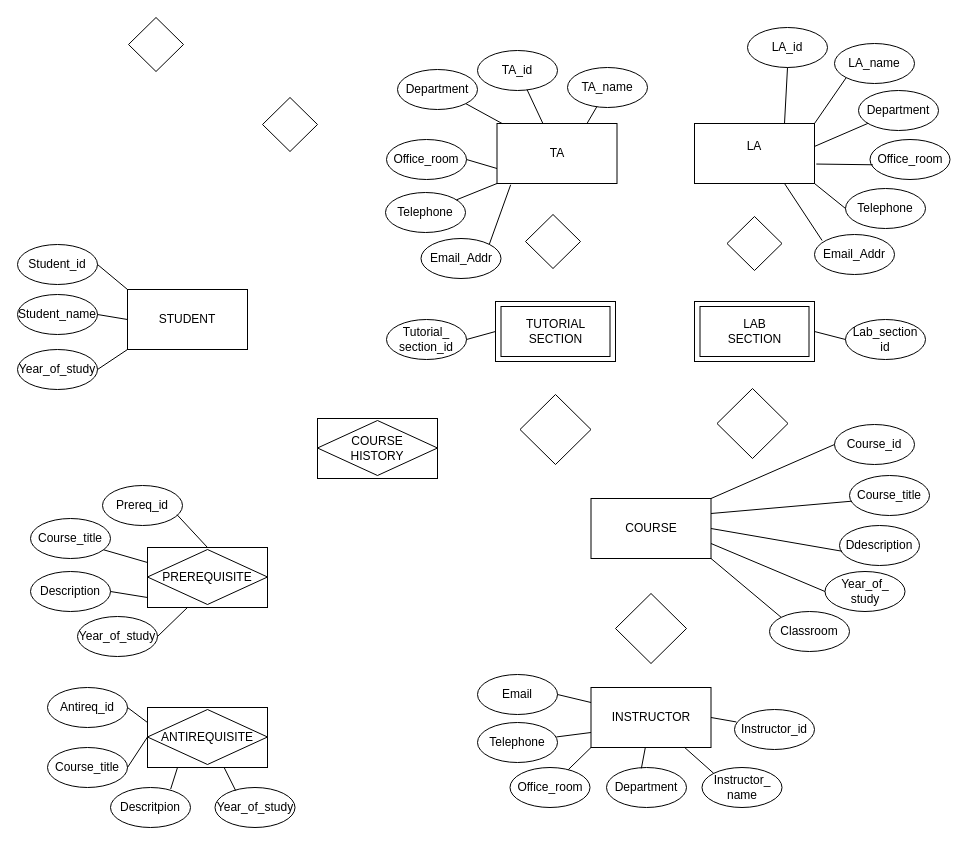
JohnMugambi/Files keeps this draw.io diagram as Untitled Diagram.drawio. Above is the earlier version. Source tidied: cells renumbered, new cells numbered last; positions are measured from the earlier drawing's top-left corner, leaving out a move shared by most shapes. Both pictures are drawn from the tidied source at 100%, with x=0, y=0 at pixel (17, 17).
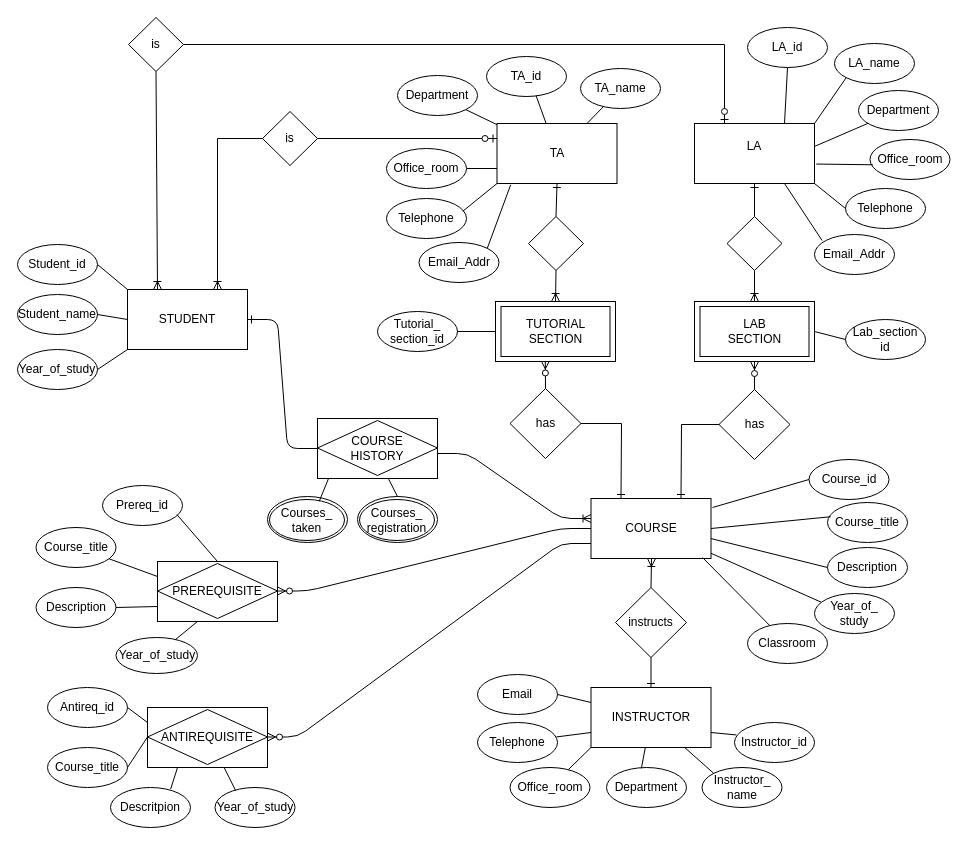
Above is the later version.

Unchanged cells that the change refers to:
```xml
<mxCell id="2" value="COURSE" style="rounded=0;whiteSpace=wrap;html=1;" parent="1" vertex="1">
  <mxGeometry x="573.5" y="481" width="120" height="60" as="geometry" />
</mxCell>
<mxCell id="3" value="&lt;div&gt;LA&lt;/div&gt;&lt;div&gt;&lt;br&gt;&lt;/div&gt;" style="rounded=0;whiteSpace=wrap;html=1;" parent="1" vertex="1">
  <mxGeometry x="677" y="106" width="120" height="60" as="geometry" />
</mxCell>
<mxCell id="11" value="TA" style="rounded=0;whiteSpace=wrap;html=1;" parent="1" vertex="1">
  <mxGeometry x="479.5" y="106" width="120" height="60" as="geometry" />
</mxCell>
<mxCell id="13" style="rhombus;whiteSpace=wrap;html=1;" parent="1" vertex="1">
  <mxGeometry x="709.5" y="199" width="55" height="54" as="geometry" />
</mxCell>
<mxCell id="14" value="&lt;div&gt;&lt;br&gt;&lt;/div&gt;&lt;div&gt;&lt;br&gt;&lt;/div&gt;" style="rounded=0;whiteSpace=wrap;html=1;" parent="1" vertex="1">
  <mxGeometry x="478" y="284" width="120" height="60" as="geometry" />
</mxCell>
<mxCell id="16" value="&lt;div&gt;&lt;br&gt;&lt;/div&gt;&lt;div&gt;&lt;br&gt;&lt;/div&gt;" style="rounded=0;whiteSpace=wrap;html=1;" parent="1" vertex="1">
  <mxGeometry x="677" y="284" width="120" height="60" as="geometry" />
</mxCell>
<mxCell id="18" value="INSTRUCTOR" style="rounded=0;whiteSpace=wrap;html=1;" parent="1" vertex="1">
  <mxGeometry x="573.5" y="670" width="120" height="60" as="geometry" />
</mxCell>
<mxCell id="22" value="STUDENT" style="rounded=0;whiteSpace=wrap;html=1;" parent="1" vertex="1">
  <mxGeometry x="110" y="272" width="120" height="60" as="geometry" />
</mxCell>
<mxCell id="24" style="rounded=0;whiteSpace=wrap;html=1;" parent="23" vertex="1">
  <mxGeometry width="120" height="60" as="geometry" />
</mxCell>
<mxCell id="25" value="PREREQUISITE" style="rhombus;whiteSpace=wrap;html=1;" parent="23" vertex="1">
  <mxGeometry y="2" width="120" height="55" as="geometry" />
</mxCell>
<mxCell id="27" style="rounded=0;whiteSpace=wrap;html=1;" parent="26" vertex="1">
  <mxGeometry width="120" height="60" as="geometry" />
</mxCell>
<mxCell id="31" value="ANTIREQUISITE" style="rhombus;whiteSpace=wrap;html=1;" parent="29" vertex="1">
  <mxGeometry y="2" width="120" height="55" as="geometry" />
</mxCell>
```

The edit, as a diff of the source:
```diff
@@
-    <mxCell id="4" style="rhombus;whiteSpace=wrap;html=1;" parent="1" vertex="1">
-      <mxGeometry x="502.5" y="377" width="71" height="70" as="geometry" />
+    <mxCell id="4" value="has" style="rhombus;whiteSpace=wrap;html=1;" parent="1" vertex="1">
+      <mxGeometry x="492.5" y="371" width="71" height="70" as="geometry" />
     </mxCell>
-    <mxCell id="5" style="rhombus;whiteSpace=wrap;html=1;" parent="1" vertex="1">
-      <mxGeometry x="699.5" y="371" width="71" height="70" as="geometry" />
+    <mxCell id="5" value="has" style="rhombus;whiteSpace=wrap;html=1;" parent="1" vertex="1">
+      <mxGeometry x="701.5" y="372" width="71" height="70" as="geometry" />
     </mxCell>
     <mxCell id="6" value="Course_id" style="ellipse;whiteSpace=wrap;html=1;" parent="1" vertex="1">
-      <mxGeometry x="817" y="407" width="80" height="40" as="geometry" />
+      <mxGeometry x="791.5" y="442" width="80" height="40" as="geometry" />
     </mxCell>
     <mxCell id="7" value="Course_title" style="ellipse;whiteSpace=wrap;html=1;" parent="1" vertex="1">
-      <mxGeometry x="832" y="458" width="80" height="40" as="geometry" />
+      <mxGeometry x="810" y="485" width="80" height="40" as="geometry" />
     </mxCell>
-    <mxCell id="8" value="Ddescription" style="ellipse;whiteSpace=wrap;html=1;" parent="1" vertex="1">
-      <mxGeometry x="822" y="508" width="80" height="40" as="geometry" />
+    <mxCell id="8" value="Description" style="ellipse;whiteSpace=wrap;html=1;" parent="1" vertex="1">
+      <mxGeometry x="810" y="530" width="80" height="40" as="geometry" />
     </mxCell>
     <mxCell id="9" value="Year_of_&lt;div&gt;study&lt;br&gt;&lt;/div&gt;" style="ellipse;whiteSpace=wrap;html=1;" parent="1" vertex="1">
-      <mxGeometry x="807.5" y="554" width="80" height="40" as="geometry" />
+      <mxGeometry x="797" y="576" width="80" height="40" as="geometry" />
     </mxCell>
     <mxCell id="10" value="Classroom" style="ellipse;whiteSpace=wrap;html=1;" parent="1" vertex="1">
-      <mxGeometry x="752" y="594" width="80" height="40" as="geometry" />
+      <mxGeometry x="730" y="606" width="80" height="40" as="geometry" />
     </mxCell>
@@
     <mxCell id="12" style="rhombus;whiteSpace=wrap;html=1;" parent="1" vertex="1">
-      <mxGeometry x="508" y="197" width="55" height="54" as="geometry" />
+      <mxGeometry x="511" y="199" width="55" height="54" as="geometry" />
     </mxCell>
@@
-    <mxCell id="19" style="rhombus;whiteSpace=wrap;html=1;" parent="1" vertex="1">
-      <mxGeometry x="598" y="576" width="71" height="70" as="geometry" />
+    <mxCell id="19" value="instructs" style="rhombus;whiteSpace=wrap;html=1;" parent="1" vertex="1">
+      <mxGeometry x="598" y="570" width="71" height="70" as="geometry" />
     </mxCell>
-    <mxCell id="20" style="rhombus;whiteSpace=wrap;html=1;" parent="1" vertex="1">
-      <mxGeometry x="245" y="80" width="55" height="54" as="geometry" />
+    <mxCell id="20" value="is" style="rhombus;whiteSpace=wrap;html=1;" parent="1" vertex="1">
+      <mxGeometry x="245" y="94" width="55" height="54" as="geometry" />
     </mxCell>
-    <mxCell id="21" style="rhombus;whiteSpace=wrap;html=1;" parent="1" vertex="1">
+    <mxCell id="21" value="is" style="rhombus;whiteSpace=wrap;html=1;" parent="1" vertex="1">
       <mxGeometry x="111" width="55" height="54" as="geometry" />
     </mxCell>
@@
     <mxCell id="23" style="group;" parent="1" vertex="1">
-      <mxGeometry x="130" y="530" width="120" height="60" as="geometry" />
+      <mxGeometry x="140" y="544" width="120" height="60" as="geometry" />
     </mxCell>
@@
     <mxCell id="40" value="Instructor_id" style="ellipse;whiteSpace=wrap;html=1;" parent="1" vertex="1">
-      <mxGeometry x="717" y="692" width="80" height="40" as="geometry" />
+      <mxGeometry x="717" y="705" width="80" height="40" as="geometry" />
     </mxCell>
@@
     <mxCell id="48" value="Tutorial_&lt;div&gt;section_id&lt;br&gt;&lt;/div&gt;" style="ellipse;whiteSpace=wrap;html=1;" parent="1" vertex="1">
-      <mxGeometry x="369" y="302" width="80" height="40" as="geometry" />
+      <mxGeometry x="360" y="294" width="80" height="40" as="geometry" />
     </mxCell>
@@
     <mxCell id="50" value="Course_title" style="ellipse;whiteSpace=wrap;html=1;" parent="1" vertex="1">
-      <mxGeometry x="13" y="501" width="80" height="40" as="geometry" />
+      <mxGeometry x="18.5" y="510" width="80" height="40" as="geometry" />
     </mxCell>
     <mxCell id="51" value="Description" style="ellipse;whiteSpace=wrap;html=1;" parent="1" vertex="1">
-      <mxGeometry x="13" y="554" width="80" height="40" as="geometry" />
+      <mxGeometry x="18.5" y="570" width="80" height="40" as="geometry" />
     </mxCell>
@@
     <mxCell id="55" value="Year_of_study" style="ellipse;whiteSpace=wrap;html=1;" parent="1" vertex="1">
-      <mxGeometry x="60" y="599" width="80" height="40" as="geometry" />
+      <mxGeometry x="98.5" y="620" width="81.5" height="36" as="geometry" />
     </mxCell>
@@
     <mxCell id="57" value="Department" style="ellipse;whiteSpace=wrap;html=1;" parent="1" vertex="1">
-      <mxGeometry x="380" y="52" width="80" height="40" as="geometry" />
+      <mxGeometry x="380" y="58" width="80" height="40" as="geometry" />
     </mxCell>
     <mxCell id="58" value="Office_room" style="ellipse;whiteSpace=wrap;html=1;" parent="1" vertex="1">
-      <mxGeometry x="369" y="122" width="80" height="40" as="geometry" />
+      <mxGeometry x="369" y="131" width="80" height="40" as="geometry" />
     </mxCell>
     <mxCell id="59" value="Telephone" style="ellipse;whiteSpace=wrap;html=1;" parent="1" vertex="1">
-      <mxGeometry x="368" y="175" width="80" height="40" as="geometry" />
+      <mxGeometry x="369" y="181" width="80" height="40" as="geometry" />
     </mxCell>
     <mxCell id="60" value="Email_Addr" style="ellipse;whiteSpace=wrap;html=1;" parent="1" vertex="1">
-      <mxGeometry x="403.5" y="221" width="80" height="40" as="geometry" />
+      <mxGeometry x="401.5" y="225" width="80" height="40" as="geometry" />
     </mxCell>
     <mxCell id="61" value="TA_name" style="ellipse;whiteSpace=wrap;html=1;" parent="1" vertex="1">
-      <mxGeometry x="550" y="50" width="80" height="40" as="geometry" />
+      <mxGeometry x="563" y="51" width="80" height="40" as="geometry" />
     </mxCell>
     <mxCell id="62" value="TA_id" style="ellipse;whiteSpace=wrap;html=1;" parent="1" vertex="1">
-      <mxGeometry x="460" y="33" width="80" height="40" as="geometry" />
+      <mxGeometry x="469" y="39" width="80" height="40" as="geometry" />
     </mxCell>
@@
-    <mxCell id="68" style="endArrow=none;html=1;exitX=1;exitY=0.5;exitDx=0;exitDy=0;" parent="1" edge="1" source="51">
-      <mxGeometry relative="1" as="geometry">
-        <mxPoint x="130" y="580" as="targetPoint" />
-      </mxGeometry>
+    <mxCell id="68" style="endArrow=none;html=1;exitX=1;exitY=0.5;exitDx=0;exitDy=0;entryX=0;entryY=0.75;entryDx=0;entryDy=0;" parent="1" edge="1" source="51" target="24">
+      <mxGeometry relative="1" as="geometry" />
     </mxCell>
-    <mxCell id="69" style="endArrow=none;html=1;exitX=1;exitY=0.5;exitDx=0;exitDy=0;entryX=0.333;entryY=1;entryDx=0;entryDy=0;entryPerimeter=0;" parent="1" edge="1" source="55" target="24">
+    <mxCell id="69" style="endArrow=none;html=1;entryX=0.333;entryY=1;entryDx=0;entryDy=0;entryPerimeter=0;" parent="1" edge="1" source="55" target="24">
       <mxGeometry relative="1" as="geometry" />
     </mxCell>
@@
-    <mxCell id="79" style="endArrow=none;html=1;exitX=1;exitY=0.5;exitDx=0;exitDy=0;entryX=0.023;entryY=0.311;entryDx=0;entryDy=0;entryPerimeter=0;" parent="1" edge="1" source="18" target="40">
+    <mxCell id="79" style="endArrow=none;html=1;exitX=1;exitY=0.75;exitDx=0;exitDy=0;entryX=0.023;entryY=0.311;entryDx=0;entryDy=0;entryPerimeter=0;" parent="1" edge="1" source="18" target="40">
       <mxGeometry relative="1" as="geometry" />
     </mxCell>
-    <mxCell id="80" style="endArrow=none;html=1;entryX=0;entryY=0;entryDx=0;entryDy=0;exitX=1;exitY=1;exitDx=0;exitDy=0;" parent="1" edge="1" source="2" target="10">
-      <mxGeometry relative="1" as="geometry" />
+    <mxCell id="80" style="endArrow=none;html=1;" parent="1" edge="1" target="10">
+      <mxGeometry relative="1" as="geometry">
+        <mxPoint x="685" y="540" as="sourcePoint" />
+      </mxGeometry>
     </mxCell>
-    <mxCell id="81" style="endArrow=none;html=1;entryX=0;entryY=0.5;entryDx=0;entryDy=0;exitX=1;exitY=0.75;exitDx=0;exitDy=0;" parent="1" edge="1" source="2" target="9">
+    <mxCell id="81" style="endArrow=none;html=1;entryX=0.082;entryY=0.215;entryDx=0;entryDy=0;exitX=1;exitY=0.913;exitDx=0;exitDy=0;exitPerimeter=0;entryPerimeter=0;" parent="1" edge="1" source="2" target="9">
       <mxGeometry relative="1" as="geometry" />
     </mxCell>
-    <mxCell id="82" style="endArrow=none;html=1;entryX=0.032;entryY=0.643;entryDx=0;entryDy=0;entryPerimeter=0;exitX=1;exitY=0.5;exitDx=0;exitDy=0;" parent="1" edge="1" source="2" target="8">
+    <mxCell id="82" style="endArrow=none;html=1;exitX=1;exitY=0.668;exitDx=0;exitDy=0;exitPerimeter=0;entryX=0;entryY=0.5;entryDx=0;entryDy=0;" parent="1" edge="1" source="2" target="8">
       <mxGeometry relative="1" as="geometry" />
     </mxCell>
-    <mxCell id="83" style="endArrow=none;html=1;entryX=0.023;entryY=0.643;entryDx=0;entryDy=0;entryPerimeter=0;exitX=1;exitY=0.25;exitDx=0;exitDy=0;" parent="1" edge="1" source="2" target="7">
+    <mxCell id="83" style="endArrow=none;html=1;entryX=0.04;entryY=0.356;entryDx=0;entryDy=0;entryPerimeter=0;exitX=1;exitY=0.5;exitDx=0;exitDy=0;" parent="1" edge="1" source="2" target="7">
       <mxGeometry relative="1" as="geometry" />
     </mxCell>
-    <mxCell id="84" style="endArrow=none;html=1;entryX=0;entryY=0.5;entryDx=0;entryDy=0;exitX=1;exitY=0;exitDx=0;exitDy=0;" parent="1" edge="1" source="2" target="6">
-      <mxGeometry relative="1" as="geometry" />
+    <mxCell id="84" style="endArrow=none;html=1;entryX=0;entryY=0.5;entryDx=0;entryDy=0;" parent="1" edge="1" target="6">
+      <mxGeometry relative="1" as="geometry">
+        <mxPoint x="695" y="490" as="sourcePoint" />
+      </mxGeometry>
     </mxCell>
@@
-    <mxCell id="96" style="endArrow=none;html=1;entryX=0;entryY=1;entryDx=0;entryDy=0;" parent="1" edge="1" source="59" target="11">
+    <mxCell id="96" style="endArrow=none;html=1;entryX=0;entryY=1;entryDx=0;entryDy=0;exitX=0.954;exitY=0.318;exitDx=0;exitDy=0;exitPerimeter=0;" parent="1" edge="1" source="59" target="11">
       <mxGeometry relative="1" as="geometry" />
     </mxCell>
@@
+    <mxCell id="99" style="group;" parent="1" vertex="1">
+      <mxGeometry x="340" y="479" width="80" height="46" as="geometry" />
+    </mxCell>
+    <mxCell id="100" style="ellipse;whiteSpace=wrap;html=1;" parent="99" vertex="1">
+      <mxGeometry width="80" height="46" as="geometry" />
+    </mxCell>
+    <mxCell id="101" value="&lt;div&gt;Courses_&lt;/div&gt;&lt;div&gt;registration&lt;br&gt;&lt;/div&gt;" style="ellipse;whiteSpace=wrap;html=1;" parent="99" vertex="1">
+      <mxGeometry x="2" y="3" width="75" height="41" as="geometry" />
+    </mxCell>
+    <mxCell id="102" style="group;" parent="1" vertex="1">
+      <mxGeometry x="250" y="479" width="80" height="46" as="geometry" />
+    </mxCell>
+    <mxCell id="103" style="ellipse;whiteSpace=wrap;html=1;" parent="102" vertex="1">
+      <mxGeometry width="80" height="46" as="geometry" />
+    </mxCell>
+    <mxCell id="104" value="&lt;div&gt;Courses_&lt;/div&gt;&lt;div&gt;taken&lt;br&gt;&lt;/div&gt;" style="ellipse;whiteSpace=wrap;html=1;" parent="102" vertex="1">
+      <mxGeometry x="2" y="3" width="75" height="41" as="geometry" />
+    </mxCell>
+    <mxCell id="105" style="endArrow=none;html=1;exitX=0.5;exitY=0;exitDx=0;exitDy=0;entryX=0.593;entryY=1.011;entryDx=0;entryDy=0;entryPerimeter=0;" parent="1" edge="1" source="100" target="27">
+      <mxGeometry relative="1" as="geometry" />
+    </mxCell>
+    <mxCell id="106" style="endArrow=none;html=1;exitX=0.663;exitY=0.044;exitDx=0;exitDy=0;entryX=0.093;entryY=0.994;entryDx=0;entryDy=0;entryPerimeter=0;exitPerimeter=0;" parent="1" edge="1" source="104" target="27">
+      <mxGeometry relative="1" as="geometry" />
+    </mxCell>
+    <mxCell id="107" style="edgeStyle=entityRelationEdgeStyle;fontSize=12;html=1;endArrow=ERzeroToMany;endFill=1;exitX=0;exitY=0.5;exitDx=0;exitDy=0;" parent="1" edge="1" source="2" target="25">
+      <mxGeometry relative="1" as="geometry" />
+    </mxCell>
+    <mxCell id="108" style="edgeStyle=entityRelationEdgeStyle;fontSize=12;html=1;endArrow=ERzeroToMany;endFill=1;entryX=1;entryY=0.5;entryDx=0;entryDy=0;exitX=0;exitY=0.75;exitDx=0;exitDy=0;" parent="1" edge="1" source="2" target="31">
+      <mxGeometry relative="1" as="geometry" />
+    </mxCell>
+    <mxCell id="109" style="edgeStyle=entityRelationEdgeStyle;fontSize=12;html=1;endArrow=ERoneToMany;exitX=1;exitY=0.5;exitDx=0;exitDy=0;entryX=0;entryY=0.25;entryDx=0;entryDy=0;" parent="1" edge="1">
+      <mxGeometry relative="1" as="geometry">
+        <mxPoint x="420" y="436" as="sourcePoint" />
+        <mxPoint x="573.5" y="501" as="targetPoint" />
+      </mxGeometry>
+    </mxCell>
+    <mxCell id="110" style="edgeStyle=entityRelationEdgeStyle;fontSize=12;html=1;endArrow=ERone;endFill=1;" parent="1" edge="1" source="27" target="22">
+      <mxGeometry relative="1" as="geometry" />
+    </mxCell>
+    <mxCell id="111" style="endArrow=ERzeroToMany;html=1;rounded=0;entryX=0.415;entryY=0.991;entryDx=0;entryDy=0;entryPerimeter=0;exitX=0.5;exitY=0;exitDx=0;exitDy=0;endFill=1;" parent="1" edge="1" source="4" target="14">
+      <mxGeometry relative="1" as="geometry" />
+    </mxCell>
+    <mxCell id="112" style="endArrow=ERone;html=1;rounded=0;exitX=1;exitY=0.5;exitDx=0;exitDy=0;entryX=0.25;entryY=0;entryDx=0;entryDy=0;endFill=0;" parent="1" edge="1" source="4" target="2">
+      <mxGeometry relative="1" as="geometry">
+        <Array as="points">
+          <mxPoint x="604" y="406" />
+        </Array>
+      </mxGeometry>
+    </mxCell>
+    <mxCell id="113" style="endArrow=ERone;html=1;rounded=0;exitX=0;exitY=0.5;exitDx=0;exitDy=0;endFill=0;entryX=0.75;entryY=0;entryDx=0;entryDy=0;" parent="1" edge="1" source="5" target="2">
+      <mxGeometry relative="1" as="geometry">
+        <Array as="points">
+          <mxPoint x="664" y="407" />
+        </Array>
+      </mxGeometry>
+    </mxCell>
+    <mxCell id="114" style="endArrow=ERzeroToMany;html=1;rounded=0;entryX=0.5;entryY=1;entryDx=0;entryDy=0;endFill=1;exitX=0.5;exitY=0;exitDx=0;exitDy=0;" parent="1" edge="1" source="5" target="16">
+      <mxGeometry relative="1" as="geometry" />
+    </mxCell>
+    <mxCell id="115" style="endArrow=ERoneToMany;html=1;rounded=0;exitX=0.5;exitY=0;exitDx=0;exitDy=0;endFill=0;" parent="1" edge="1" source="19">
+      <mxGeometry relative="1" as="geometry">
+        <mxPoint x="634" y="541" as="targetPoint" />
+      </mxGeometry>
+    </mxCell>
+    <mxCell id="116" style="endArrow=ERone;html=1;rounded=0;exitX=0.5;exitY=1;exitDx=0;exitDy=0;entryX=0.5;entryY=0;entryDx=0;entryDy=0;endFill=0;" parent="1" edge="1" source="19" target="18">
+      <mxGeometry relative="1" as="geometry" />
+    </mxCell>
+    <mxCell id="117" style="endArrow=ERoneToMany;html=1;rounded=0;exitX=0.5;exitY=1;exitDx=0;exitDy=0;entryX=0.5;entryY=0;entryDx=0;entryDy=0;endFill=0;" parent="1" edge="1" source="12" target="14">
+      <mxGeometry relative="1" as="geometry" />
+    </mxCell>
+    <mxCell id="118" style="endArrow=ERone;html=1;rounded=0;exitX=0.5;exitY=0;exitDx=0;exitDy=0;entryX=0.5;entryY=1;entryDx=0;entryDy=0;endFill=0;" parent="1" edge="1" source="12" target="11">
+      <mxGeometry relative="1" as="geometry" />
+    </mxCell>
+    <mxCell id="119" style="endArrow=ERone;html=1;rounded=0;exitX=0.5;exitY=0;exitDx=0;exitDy=0;entryX=0.5;entryY=1;entryDx=0;entryDy=0;endFill=0;" parent="1" edge="1" source="13" target="3">
+      <mxGeometry relative="1" as="geometry" />
+    </mxCell>
+    <mxCell id="120" style="endArrow=ERoneToMany;html=1;rounded=0;exitX=0.5;exitY=1;exitDx=0;exitDy=0;entryX=0.5;entryY=0;entryDx=0;entryDy=0;endFill=0;" parent="1" edge="1" source="13" target="16">
+      <mxGeometry relative="1" as="geometry" />
+    </mxCell>
+    <mxCell id="121" style="endArrow=ERzeroToOne;html=1;rounded=0;entryX=0.25;entryY=0;entryDx=0;entryDy=0;exitX=1;exitY=0.5;exitDx=0;exitDy=0;endFill=1;" parent="1" edge="1" source="21" target="3">
+      <mxGeometry relative="1" as="geometry">
+        <Array as="points">
+          <mxPoint x="707" y="27" />
+        </Array>
+      </mxGeometry>
+    </mxCell>
+    <mxCell id="122" style="endArrow=ERoneToMany;html=1;rounded=0;exitX=0.5;exitY=1;exitDx=0;exitDy=0;entryX=0.25;entryY=0;entryDx=0;entryDy=0;endFill=0;" parent="1" edge="1" source="21" target="22">
+      <mxGeometry relative="1" as="geometry" />
+    </mxCell>
+    <mxCell id="123" style="endArrow=ERoneToMany;html=1;rounded=0;exitX=0;exitY=0.5;exitDx=0;exitDy=0;entryX=0.75;entryY=0;entryDx=0;entryDy=0;endFill=0;" parent="1" edge="1" source="20" target="22">
+      <mxGeometry relative="1" as="geometry">
+        <Array as="points">
+          <mxPoint x="200" y="121" />
+        </Array>
+      </mxGeometry>
+    </mxCell>
+    <mxCell id="124" style="endArrow=ERzeroToOne;html=1;rounded=0;exitX=1;exitY=0.5;exitDx=0;exitDy=0;entryX=0;entryY=0.25;entryDx=0;entryDy=0;endFill=1;" parent="1" edge="1" source="20" target="11">
+      <mxGeometry relative="1" as="geometry" />
+    </mxCell>
```
